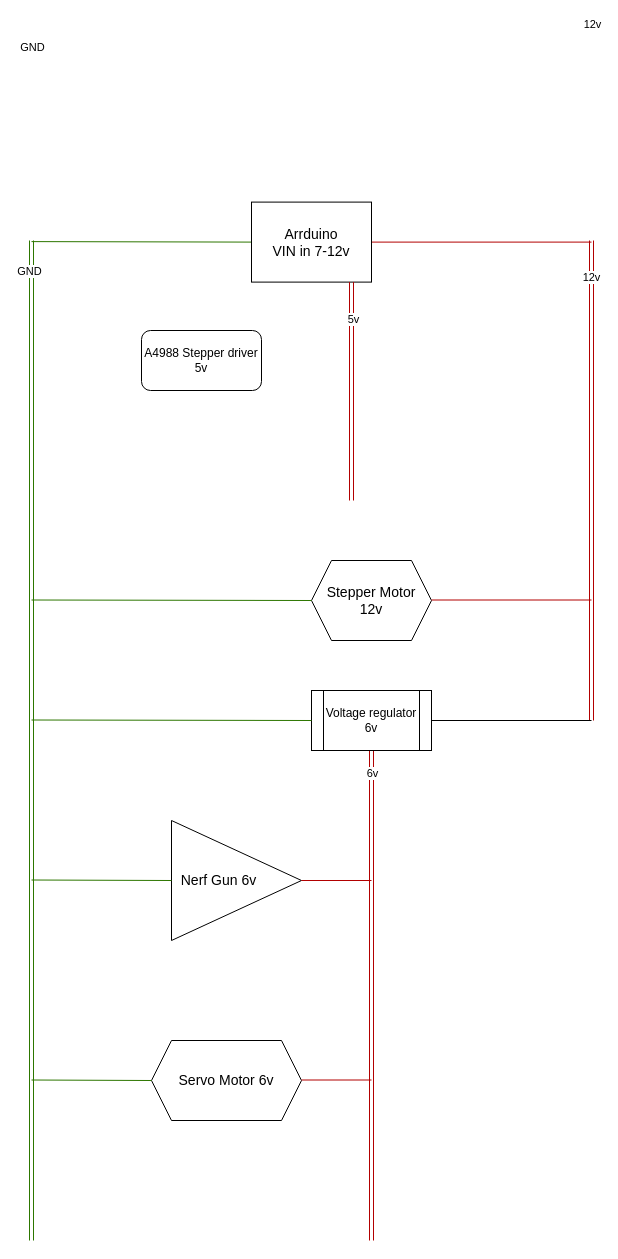
This is documenation/power_diagram.drawio from anjrew/Autonomous-Nerf-Turret, a draw.io file, before an edit. Source tidied: cells renumbered, new cells numbered last; positions are measured from the earlier drawing's top-left corner, leaving out a move shared by most shapes. Both pictures are drawn from the tidied source at 100%, with x=0, y=0 at pixel (31, 202).
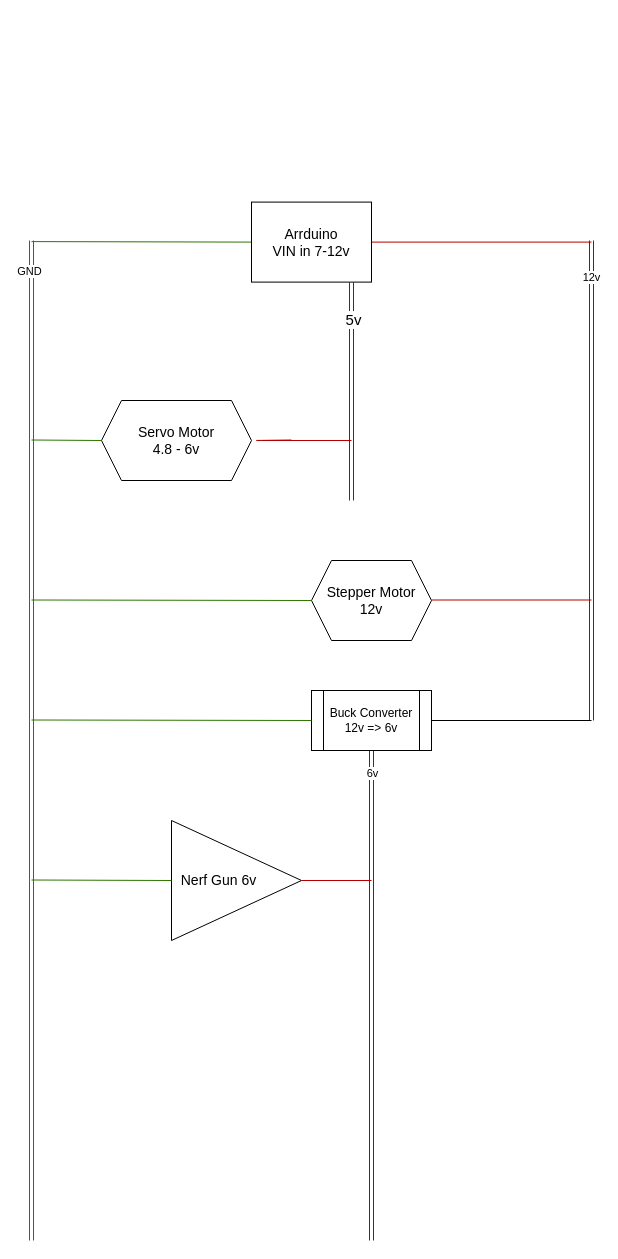
Above is the later version.

The change refers to these unchanged cells:
```xml
<mxCell id="2" style="shape=link;html=1;fillColor=#e51400;strokeColor=#B20000;" parent="1" edge="1">
  <mxGeometry relative="1" as="geometry">
    <mxPoint x="560" y="38" as="sourcePoint" />
    <mxPoint x="560" y="518" as="targetPoint" />
  </mxGeometry>
</mxCell>
<mxCell id="14" style="shape=link;html=1;fillColor=#60a917;strokeColor=#2D7600;" parent="1" edge="1">
  <mxGeometry relative="1" as="geometry">
    <mxPoint y="38" as="sourcePoint" />
    <mxPoint y="1038" as="targetPoint" />
  </mxGeometry>
</mxCell>
<mxCell id="26" style="shape=link;html=1;fillColor=#e51400;strokeColor=#B20000;" parent="1" edge="1">
  <mxGeometry relative="1" as="geometry">
    <mxPoint x="320" y="79.6" as="sourcePoint" />
    <mxPoint x="320" y="298" as="targetPoint" />
  </mxGeometry>
</mxCell>
```

The edit, as a diff of the source:
```diff
@@
-    <mxCell id="3" value="12v" style="edgeLabel;html=1;align=center;verticalAlign=middle;" parent="2" vertex="1">
-      <mxGeometry x="-0.91" relative="1" as="geometry">
-        <mxPoint y="-239" as="offset" />
-      </mxGeometry>
-    </mxCell>
@@
-    <mxCell id="7" value="Servo Motor 6v" style="shape=hexagon;perimeter=hexagonPerimeter2;whiteSpace=wrap;html=1;fixedSize=1;fontSize=14;spacingLeft=20;spacingRight=20;" parent="1" vertex="1">
-      <mxGeometry x="120" y="838" width="150" height="80" as="geometry" />
+    <mxCell id="7" value="Servo Motor &lt;br&gt;4.8 - 6v" style="shape=hexagon;perimeter=hexagonPerimeter2;whiteSpace=wrap;html=1;fixedSize=1;fontSize=14;spacingLeft=20;spacingRight=20;" parent="1" vertex="1">
+      <mxGeometry x="70" y="198" width="150" height="80" as="geometry" />
     </mxCell>
@@
-    <mxCell id="11" value="Voltage regulator&lt;br&gt;6v" style="shape=process;whiteSpace=wrap;html=1;backgroundOutline=1;" parent="1" vertex="1">
+    <mxCell id="11" value="Buck Converter 12v =&amp;gt; 6v" style="shape=process;whiteSpace=wrap;html=1;backgroundOutline=1;" parent="1" vertex="1">
       <mxGeometry x="280" y="488" width="120" height="60" as="geometry" />
     </mxCell>
@@
-    <mxCell id="15" value="GND" style="edgeLabel;html=1;align=center;verticalAlign=middle;" parent="14" vertex="1">
-      <mxGeometry x="-0.91" relative="1" as="geometry">
-        <mxPoint y="-239" as="offset" />
-      </mxGeometry>
-    </mxCell>
@@
     <mxCell id="18" style="endArrow=none;html=1;fontSize=14;fillColor=#e51400;strokeColor=#B20000;" parent="1" edge="1">
       <mxGeometry relative="1" as="geometry">
-        <mxPoint x="270" y="877.5" as="sourcePoint" />
-        <mxPoint x="340" y="877.5" as="targetPoint" />
+        <mxPoint x="260" y="237.5" as="sourcePoint" />
+        <mxPoint x="320" y="238" as="targetPoint" />
+        <Array as="points">
+          <mxPoint x="220" y="238" />
+        </Array>
       </mxGeometry>
     </mxCell>
     <mxCell id="19" style="endArrow=none;html=1;fontSize=14;fillColor=#60a917;strokeColor=#2D7600;entryX=0;entryY=0.5;entryDx=0;entryDy=0;" parent="1" edge="1" target="7">
       <mxGeometry relative="1" as="geometry">
-        <mxPoint y="877.5" as="sourcePoint" />
+        <mxPoint y="237.5" as="sourcePoint" />
       </mxGeometry>
     </mxCell>
@@
-    <mxCell id="27" value="5v" style="edgeLabel;html=1;align=center;verticalAlign=middle;" parent="26" vertex="1">
+    <mxCell id="27" value="5v" style="edgeLabel;html=1;align=center;verticalAlign=middle;fontSize=15;" parent="26" vertex="1">
       <mxGeometry x="-0.66" y="1" relative="1" as="geometry" />
     </mxCell>
-    <mxCell id="28" value="A4988 Stepper driver 5v" style="rounded=1;whiteSpace=wrap;html=1;" parent="1" vertex="1">
-      <mxGeometry x="110" y="128" width="120" height="60" as="geometry" />
-    </mxCell>
```
